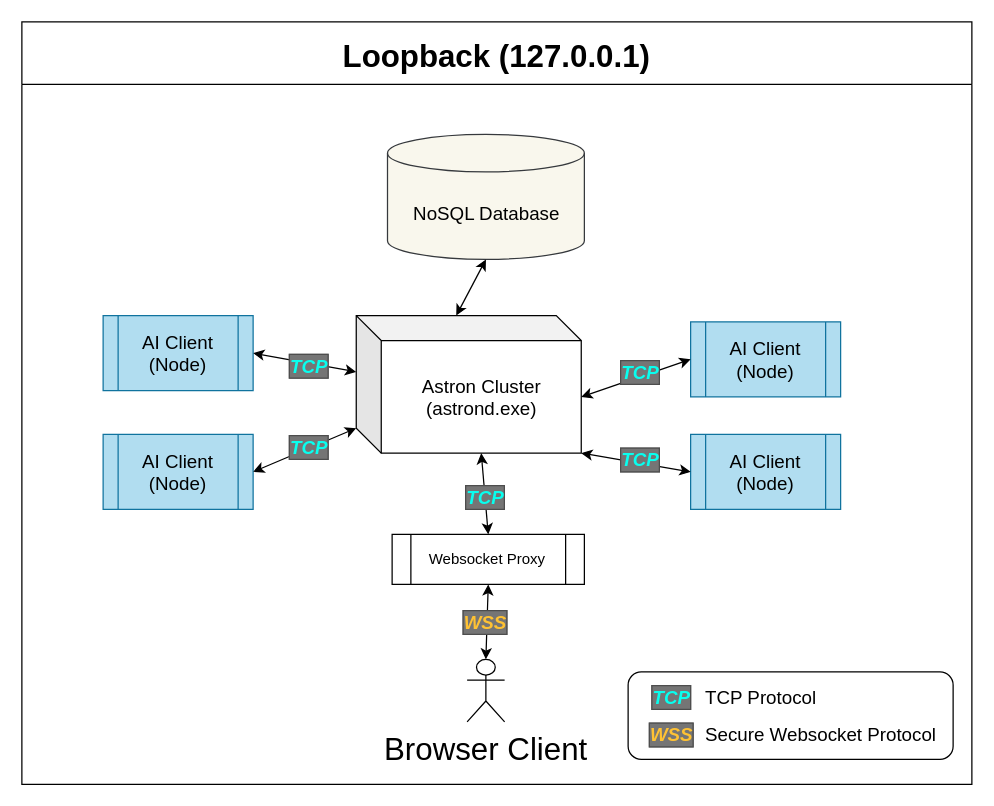
Above: page "Development" (1 of 2) of docs/libastron-js-environment.drawio in donet-server/libdonet-ts (draw.io), before the change. Source tidied: cells renumbered, new cells numbered last; positions are measured from the earlier drawing's top-left corner, leaving out a move shared by most shapes. Both pictures are drawn from the tidied source at 125%, with x=0, y=0 at pixel (21, 21).
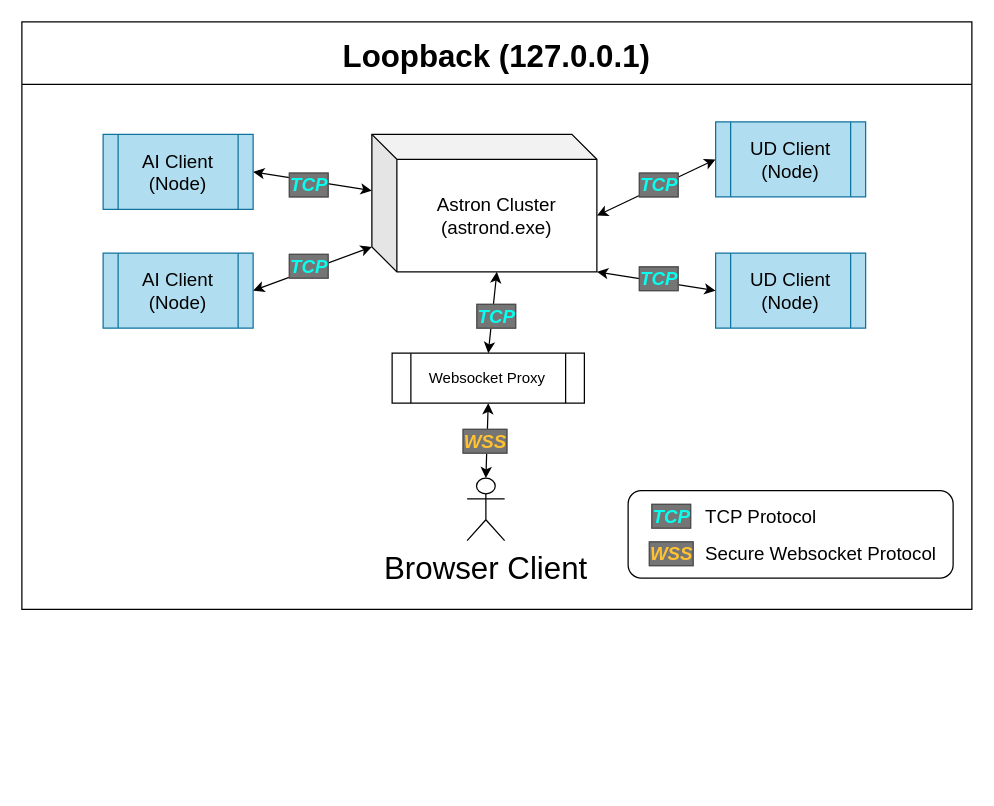
The same diagram, later.

The edit, as a diff of the source:
```diff
@@
     <mxCell id="2" value="Loopback (127.0.0.1)" style="swimlane;fontSize=25;startSize=50;" parent="1" vertex="1">
-      <mxGeometry width="760" height="610" as="geometry" />
+      <mxGeometry width="760" height="470" as="geometry" />
     </mxCell>
     <mxCell id="3" style="rounded=1;whiteSpace=wrap;html=1;labelBackgroundColor=none;labelBorderColor=none;fontSize=15;fontColor=default;" parent="2" vertex="1">
-      <mxGeometry x="485" y="520" width="260" height="70" as="geometry" />
+      <mxGeometry x="485" y="375" width="260" height="70" as="geometry" />
     </mxCell>
     <mxCell id="4" value="Astron Cluster (astrond.exe)" style="shape=cube;whiteSpace=wrap;html=1;boundedLbl=1;backgroundOutline=1;darkOpacity=0.05;darkOpacity2=0.1;fontSize=15;" parent="2" vertex="1">
-      <mxGeometry x="267.5" y="235" width="180" height="110" as="geometry" />
+      <mxGeometry x="280" y="90" width="180" height="110" as="geometry" />
     </mxCell>
-    <mxCell id="5" value="NoSQL Database" style="shape=cylinder3;whiteSpace=wrap;html=1;boundedLbl=1;backgroundOutline=1;size=15;fontSize=15;fillColor=#f9f7ed;strokeColor=#36393d;" parent="2" vertex="1">
-      <mxGeometry x="292.5" y="90" width="157.5" height="100" as="geometry" />
-    </mxCell>
-    <mxCell id="6" style="endArrow=classic;startArrow=classic;html=1;rounded=0;fontSize=15;entryX=0.5;entryY=1;entryDx=0;entryDy=0;entryPerimeter=0;exitX=0;exitY=0;exitDx=80;exitDy=0;exitPerimeter=0;" parent="2" edge="1" source="4" target="5">
-      <mxGeometry relative="1" as="geometry" />
-    </mxCell>
     <mxCell id="7" value="AI Client (Node)" style="shape=process;whiteSpace=wrap;html=1;backgroundOutline=1;fontSize=15;fillColor=#b1ddf0;strokeColor=#10739e;" parent="2" vertex="1">
-      <mxGeometry x="65" y="235" width="120" height="60" as="geometry" />
+      <mxGeometry x="65" y="90" width="120" height="60" as="geometry" />
     </mxCell>
     <mxCell id="8" value="AI Client (Node)" style="shape=process;whiteSpace=wrap;html=1;backgroundOutline=1;fontSize=15;fillColor=#b1ddf0;strokeColor=#10739e;" parent="2" vertex="1">
-      <mxGeometry x="65" y="330" width="120" height="60" as="geometry" />
+      <mxGeometry x="65" y="185" width="120" height="60" as="geometry" />
     </mxCell>
-    <mxCell id="9" value="AI Client (Node)" style="shape=process;whiteSpace=wrap;html=1;backgroundOutline=1;fontSize=15;fillColor=#b1ddf0;strokeColor=#10739e;" parent="2" vertex="1">
-      <mxGeometry x="535" y="330" width="120" height="60" as="geometry" />
+    <mxCell id="9" value="UD Client (Node)" style="shape=process;whiteSpace=wrap;html=1;backgroundOutline=1;fontSize=15;fillColor=#b1ddf0;strokeColor=#10739e;" parent="2" vertex="1">
+      <mxGeometry x="555" y="185" width="120" height="60" as="geometry" />
     </mxCell>
-    <mxCell id="10" value="AI Client (Node)" style="shape=process;whiteSpace=wrap;html=1;backgroundOutline=1;fontSize=15;fillColor=#b1ddf0;strokeColor=#10739e;" parent="2" vertex="1">
-      <mxGeometry x="535" y="240" width="120" height="60" as="geometry" />
+    <mxCell id="10" value="UD Client (Node)" style="shape=process;whiteSpace=wrap;html=1;backgroundOutline=1;fontSize=15;fillColor=#b1ddf0;strokeColor=#10739e;" parent="2" vertex="1">
+      <mxGeometry x="555" y="80" width="120" height="60" as="geometry" />
     </mxCell>
@@
     <mxCell id="15" value="TCP" style="text;html=1;strokeColor=none;fillColor=none;align=center;verticalAlign=middle;whiteSpace=wrap;rounded=0;fontSize=15;fontStyle=3;fontColor=#08FFEF;labelBackgroundColor=#757575;labelBorderColor=#4D4D4D;" parent="2" vertex="1">
-      <mxGeometry x="195" y="320" width="70" height="40" as="geometry" />
+      <mxGeometry x="195" y="175" width="70" height="40" as="geometry" />
     </mxCell>
     <mxCell id="16" value="TCP" style="text;html=1;strokeColor=none;fillColor=none;align=center;verticalAlign=middle;whiteSpace=wrap;rounded=0;fontSize=15;fontStyle=3;fontColor=#08FFEF;labelBackgroundColor=#757575;labelBorderColor=#4D4D4D;" parent="2" vertex="1">
-      <mxGeometry x="485" y="520" width="70" height="40" as="geometry" />
+      <mxGeometry x="485" y="375" width="70" height="40" as="geometry" />
     </mxCell>
     <mxCell id="17" value="WSS" style="text;html=1;strokeColor=none;fillColor=none;align=center;verticalAlign=middle;whiteSpace=wrap;rounded=0;fontSize=15;fontStyle=3;fontColor=#FFC233;labelBackgroundColor=#757575;labelBorderColor=#4D4D4D;" parent="2" vertex="1">
-      <mxGeometry x="485" y="550" width="70" height="40" as="geometry" />
+      <mxGeometry x="485" y="405" width="70" height="40" as="geometry" />
     </mxCell>
     <mxCell id="18" value="Secure Websocket Protocol" style="text;html=1;strokeColor=none;fillColor=none;align=left;verticalAlign=middle;whiteSpace=wrap;rounded=0;fontSize=15;fontStyle=0;fontColor=default;labelBackgroundColor=none;labelBorderColor=none;" parent="2" vertex="1">
-      <mxGeometry x="545" y="550" width="190" height="40" as="geometry" />
+      <mxGeometry x="545" y="405" width="190" height="40" as="geometry" />
     </mxCell>
     <mxCell id="19" value="TCP Protocol" style="text;html=1;strokeColor=none;fillColor=none;align=left;verticalAlign=middle;whiteSpace=wrap;rounded=0;fontSize=15;fontStyle=0;fontColor=default;labelBackgroundColor=none;labelBorderColor=none;" parent="2" vertex="1">
-      <mxGeometry x="545" y="520" width="190" height="40" as="geometry" />
+      <mxGeometry x="545" y="375" width="190" height="40" as="geometry" />
     </mxCell>
     <mxCell id="20" value="Browser Client" style="shape=umlActor;verticalLabelPosition=bottom;verticalAlign=top;html=1;outlineConnect=0;fontSize=25;" parent="2" vertex="1">
-      <mxGeometry x="356.2" y="510" width="30" height="50" as="geometry" />
+      <mxGeometry x="356.2" y="365" width="30" height="50" as="geometry" />
     </mxCell>
@@
     <mxCell id="22" value="TCP" style="text;html=1;strokeColor=none;fillColor=none;align=center;verticalAlign=middle;whiteSpace=wrap;rounded=0;fontSize=15;fontStyle=3;fontColor=#08FFEF;labelBackgroundColor=#757575;labelBorderColor=#4D4D4D;" parent="2" vertex="1">
-      <mxGeometry x="195" y="255" width="70" height="40" as="geometry" />
+      <mxGeometry x="195" y="110" width="70" height="40" as="geometry" />
     </mxCell>
     <mxCell id="23" value="TCP" style="text;html=1;strokeColor=none;fillColor=none;align=center;verticalAlign=middle;whiteSpace=wrap;rounded=0;fontSize=15;fontStyle=3;fontColor=#08FFEF;labelBackgroundColor=#757575;labelBorderColor=#4D4D4D;" parent="2" vertex="1">
-      <mxGeometry x="460" y="260" width="70" height="40" as="geometry" />
+      <mxGeometry x="475" y="110" width="70" height="40" as="geometry" />
     </mxCell>
     <mxCell id="24" value="TCP" style="text;html=1;strokeColor=none;fillColor=none;align=center;verticalAlign=middle;whiteSpace=wrap;rounded=0;fontSize=15;fontStyle=3;fontColor=#08FFEF;labelBackgroundColor=#757575;labelBorderColor=#4D4D4D;" parent="2" vertex="1">
-      <mxGeometry x="460" y="330" width="70" height="40" as="geometry" />
+      <mxGeometry x="475" y="185" width="70" height="40" as="geometry" />
     </mxCell>
     <mxCell id="25" value="Websocket Proxy" style="shape=process;whiteSpace=wrap;html=1;backgroundOutline=1;" parent="2" vertex="1">
-      <mxGeometry x="296.2" y="410" width="153.8" height="40" as="geometry" />
+      <mxGeometry x="296.2" y="265" width="153.8" height="40" as="geometry" />
     </mxCell>
@@
     <mxCell id="27" value="WSS" style="text;html=1;strokeColor=none;fillColor=none;align=center;verticalAlign=middle;whiteSpace=wrap;rounded=0;fontSize=15;fontStyle=3;fontColor=#FFC233;labelBackgroundColor=#757575;labelBorderColor=#4D4D4D;" parent="2" vertex="1">
-      <mxGeometry x="336.2" y="460" width="70" height="40" as="geometry" />
+      <mxGeometry x="336.2" y="315" width="70" height="40" as="geometry" />
     </mxCell>
     <mxCell id="28" value="TCP" style="text;html=1;strokeColor=none;fillColor=none;align=center;verticalAlign=middle;whiteSpace=wrap;rounded=0;fontSize=15;fontStyle=3;fontColor=#08FFEF;labelBackgroundColor=#757575;labelBorderColor=#4D4D4D;" parent="2" vertex="1">
-      <mxGeometry x="336.2" y="360" width="70" height="40" as="geometry" />
+      <mxGeometry x="345" y="215" width="70" height="40" as="geometry" />
     </mxCell>
```
